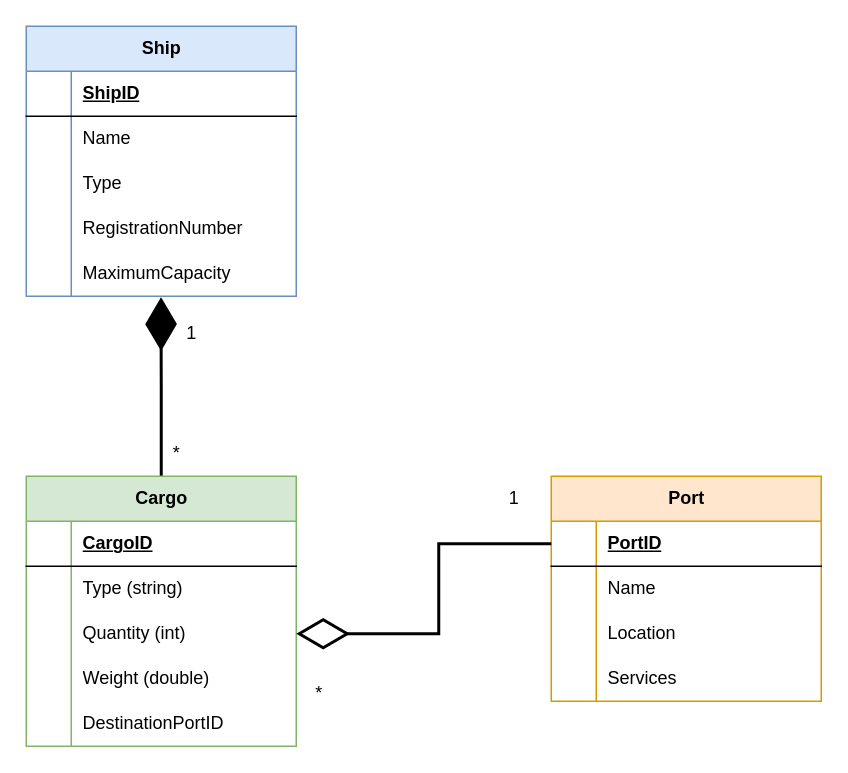
The draw.io diagram scheme.drawio in Ech0ke/MONGODB-basic-queries, before the edit. Source tidied: cells renumbered, new cells numbered last; positions are measured from the earlier drawing's top-left corner, leaving out a move shared by most shapes. Both pictures are drawn from the tidied source at 150%, with x=0, y=0 at pixel (26, 26).
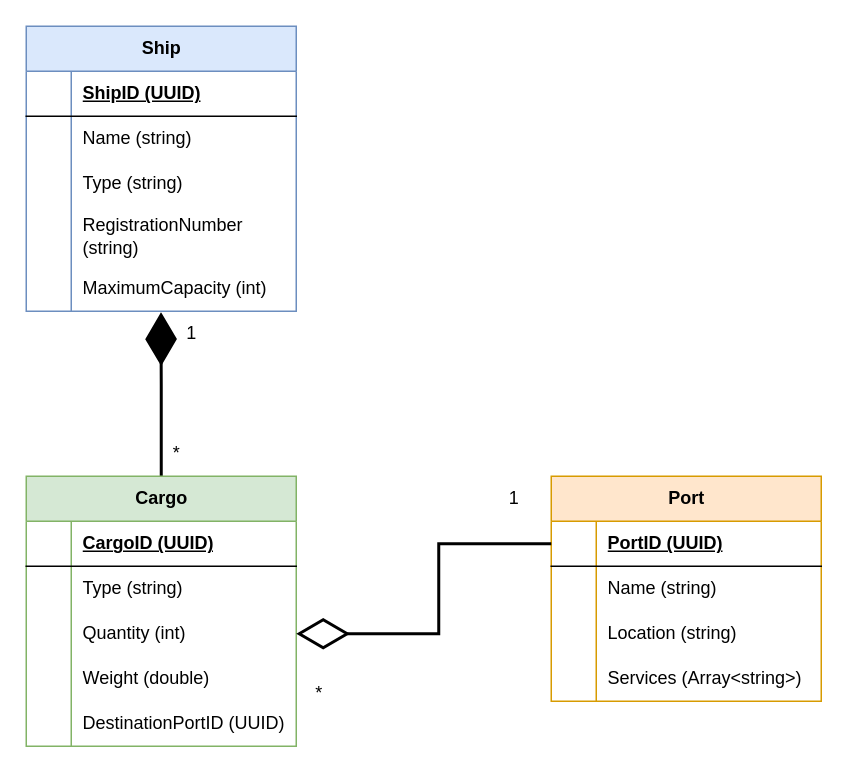
Above is the later version.

Commit message:
Update scheme with data types

Unchanged cells that the change refers to:
```xml
<mxCell id="3" style="shape=tableRow;horizontal=0;startSize=0;swimlaneHead=0;swimlaneBody=0;fillColor=none;top=0;left=0;right=0;bottom=1;" parent="2" vertex="1">
  <mxGeometry y="30" width="180" height="30" as="geometry" />
</mxCell>
<mxCell id="6" style="shape=tableRow;horizontal=0;startSize=0;swimlaneHead=0;swimlaneBody=0;fillColor=none;top=0;left=0;right=0;bottom=0;" parent="2" vertex="1">
  <mxGeometry y="60" width="180" height="30" as="geometry" />
</mxCell>
<mxCell id="9" style="shape=tableRow;horizontal=0;startSize=0;swimlaneHead=0;swimlaneBody=0;fillColor=none;top=0;left=0;right=0;bottom=0;" parent="2" vertex="1">
  <mxGeometry y="90" width="180" height="30" as="geometry" />
</mxCell>
<mxCell id="20" style="shape=tableRow;horizontal=0;startSize=0;swimlaneHead=0;swimlaneBody=0;fillColor=none;top=0;left=0;right=0;bottom=1;" parent="19" vertex="1">
  <mxGeometry y="30" width="180" height="30" as="geometry" />
</mxCell>
<mxCell id="32" style="shape=tableRow;horizontal=0;startSize=0;swimlaneHead=0;swimlaneBody=0;fillColor=none;top=0;left=0;right=0;bottom=0;" parent="19" vertex="1">
  <mxGeometry y="150" width="180" height="30" as="geometry" />
</mxCell>
<mxCell id="38" style="shape=tableRow;horizontal=0;startSize=0;swimlaneHead=0;swimlaneBody=0;fillColor=none;points=[[0,0.5],[1,0.5]];portConstraint=eastwest;top=0;left=0;right=0;bottom=1;" parent="37" vertex="1">
  <mxGeometry y="30" width="180" height="30" as="geometry" />
</mxCell>
<mxCell id="41" style="shape=tableRow;horizontal=0;startSize=0;swimlaneHead=0;swimlaneBody=0;fillColor=none;top=0;left=0;right=0;bottom=0;" parent="37" vertex="1">
  <mxGeometry y="60" width="180" height="30" as="geometry" />
</mxCell>
<mxCell id="44" style="shape=tableRow;horizontal=0;startSize=0;swimlaneHead=0;swimlaneBody=0;fillColor=none;top=0;left=0;right=0;bottom=0;" parent="37" vertex="1">
  <mxGeometry y="90" width="180" height="30" as="geometry" />
</mxCell>
<mxCell id="47" style="shape=tableRow;horizontal=0;startSize=0;swimlaneHead=0;swimlaneBody=0;fillColor=none;top=0;left=0;right=0;bottom=0;" parent="37" vertex="1">
  <mxGeometry y="120" width="180" height="30" as="geometry" />
</mxCell>
```

The edit, as a diff of the source:
```diff
@@
     <mxCell id="2" value="Ship" style="shape=table;startSize=30;childLayout=tableLayout;rowLines=0;fontStyle=1;align=center;html=1;fillColor=#dae8fc;strokeColor=#6c8ebf;" parent="1" vertex="1">
-      <mxGeometry width="180" height="180" as="geometry" />
+      <mxGeometry width="180" height="190" as="geometry" />
     </mxCell>
@@
-    <mxCell id="5" value="ShipID" style="shape=partialRectangle;fillColor=none;top=0;left=0;bottom=0;right=0;align=left;spacingLeft=6;fontStyle=5;overflow=hidden;whiteSpace=wrap;html=1;" parent="3" vertex="1">
+    <mxCell id="5" value="ShipID (UUID)" style="shape=partialRectangle;fillColor=none;top=0;left=0;bottom=0;right=0;align=left;spacingLeft=6;fontStyle=5;overflow=hidden;whiteSpace=wrap;html=1;" parent="3" vertex="1">
       <mxGeometry x="30" width="150" height="30" as="geometry" />
     </mxCell>
@@
-    <mxCell id="8" value="Name" style="shape=partialRectangle;fillColor=none;top=0;left=0;bottom=0;right=0;align=left;spacingLeft=6;overflow=hidden;whiteSpace=wrap;html=1;" parent="6" vertex="1">
+    <mxCell id="8" value="Name (string)" style="shape=partialRectangle;fillColor=none;top=0;left=0;bottom=0;right=0;align=left;spacingLeft=6;overflow=hidden;whiteSpace=wrap;html=1;" parent="6" vertex="1">
       <mxGeometry x="30" width="150" height="30" as="geometry" />
     </mxCell>
@@
-    <mxCell id="11" value="Type" style="shape=partialRectangle;fillColor=none;top=0;left=0;bottom=0;right=0;align=left;spacingLeft=6;overflow=hidden;whiteSpace=wrap;html=1;" parent="9" vertex="1">
+    <mxCell id="11" value="Type (string)" style="shape=partialRectangle;fillColor=none;top=0;left=0;bottom=0;right=0;align=left;spacingLeft=6;overflow=hidden;whiteSpace=wrap;html=1;" parent="9" vertex="1">
       <mxGeometry x="30" width="150" height="30" as="geometry" />
     </mxCell>
     <mxCell id="12" style="shape=tableRow;horizontal=0;startSize=0;swimlaneHead=0;swimlaneBody=0;fillColor=none;top=0;left=0;right=0;bottom=0;" parent="2" vertex="1">
-      <mxGeometry y="120" width="180" height="30" as="geometry" />
+      <mxGeometry y="120" width="180" height="40" as="geometry" />
     </mxCell>
     <mxCell id="13" style="shape=partialRectangle;fillColor=none;top=0;left=0;bottom=0;right=0;overflow=hidden;whiteSpace=wrap;html=1;" parent="12" vertex="1">
-      <mxGeometry width="30" height="30" as="geometry" />
+      <mxGeometry width="30" height="40" as="geometry" />
     </mxCell>
-    <mxCell id="14" value="RegistrationNumber" style="shape=partialRectangle;fillColor=none;top=0;left=0;bottom=0;right=0;align=left;spacingLeft=6;overflow=hidden;whiteSpace=wrap;html=1;" parent="12" vertex="1">
-      <mxGeometry x="30" width="150" height="30" as="geometry" />
+    <mxCell id="14" value="RegistrationNumber (string)" style="shape=partialRectangle;fillColor=none;top=0;left=0;bottom=0;right=0;align=left;spacingLeft=6;overflow=hidden;whiteSpace=wrap;html=1;" parent="12" vertex="1">
+      <mxGeometry x="30" width="150" height="40" as="geometry" />
     </mxCell>
     <mxCell id="15" style="shape=tableRow;horizontal=0;startSize=0;swimlaneHead=0;swimlaneBody=0;fillColor=none;points=[[0,0.5],[1,0.5]];portConstraint=eastwest;top=0;left=0;right=0;bottom=0;" parent="2" vertex="1">
-      <mxGeometry y="150" width="180" height="30" as="geometry" />
+      <mxGeometry y="160" width="180" height="30" as="geometry" />
     </mxCell>
@@
-    <mxCell id="17" value="MaximumCapacity" style="shape=partialRectangle;fillColor=none;top=0;left=0;bottom=0;right=0;align=left;spacingLeft=6;overflow=hidden;whiteSpace=wrap;html=1;" parent="15" vertex="1">
+    <mxCell id="17" value="MaximumCapacity (int)" style="shape=partialRectangle;fillColor=none;top=0;left=0;bottom=0;right=0;align=left;spacingLeft=6;overflow=hidden;whiteSpace=wrap;html=1;" parent="15" vertex="1">
       <mxGeometry x="30" width="150" height="30" as="geometry" />
     </mxCell>
@@
-    <mxCell id="22" value="CargoID" style="shape=partialRectangle;fillColor=none;top=0;left=0;bottom=0;right=0;align=left;spacingLeft=6;fontStyle=5;overflow=hidden;whiteSpace=wrap;html=1;" parent="20" vertex="1">
+    <mxCell id="22" value="CargoID (UUID)" style="shape=partialRectangle;fillColor=none;top=0;left=0;bottom=0;right=0;align=left;spacingLeft=6;fontStyle=5;overflow=hidden;whiteSpace=wrap;html=1;" parent="20" vertex="1">
       <mxGeometry x="30" width="150" height="30" as="geometry" />
     </mxCell>
@@
-    <mxCell id="34" value="DestinationPortID" style="shape=partialRectangle;fillColor=none;top=0;left=0;bottom=0;right=0;align=left;spacingLeft=6;overflow=hidden;whiteSpace=wrap;html=1;" parent="32" vertex="1">
+    <mxCell id="34" value="DestinationPortID (UUID)" style="shape=partialRectangle;fillColor=none;top=0;left=0;bottom=0;right=0;align=left;spacingLeft=6;overflow=hidden;whiteSpace=wrap;html=1;" parent="32" vertex="1">
       <mxGeometry x="30" width="150" height="30" as="geometry" />
     </mxCell>
@@
-    <mxCell id="40" value="PortID" style="shape=partialRectangle;fillColor=none;top=0;left=0;bottom=0;right=0;align=left;spacingLeft=6;fontStyle=5;overflow=hidden;whiteSpace=wrap;html=1;" parent="38" vertex="1">
+    <mxCell id="40" value="PortID (UUID)" style="shape=partialRectangle;fillColor=none;top=0;left=0;bottom=0;right=0;align=left;spacingLeft=6;fontStyle=5;overflow=hidden;whiteSpace=wrap;html=1;" parent="38" vertex="1">
       <mxGeometry x="30" width="150" height="30" as="geometry" />
     </mxCell>
@@
-    <mxCell id="43" value="Name" style="shape=partialRectangle;fillColor=none;top=0;left=0;bottom=0;right=0;align=left;spacingLeft=6;overflow=hidden;whiteSpace=wrap;html=1;" parent="41" vertex="1">
+    <mxCell id="43" value="Name (string)" style="shape=partialRectangle;fillColor=none;top=0;left=0;bottom=0;right=0;align=left;spacingLeft=6;overflow=hidden;whiteSpace=wrap;html=1;" parent="41" vertex="1">
       <mxGeometry x="30" width="150" height="30" as="geometry" />
     </mxCell>
@@
-    <mxCell id="46" value="Location" style="shape=partialRectangle;fillColor=none;top=0;left=0;bottom=0;right=0;align=left;spacingLeft=6;overflow=hidden;whiteSpace=wrap;html=1;" parent="44" vertex="1">
+    <mxCell id="46" value="Location (string)" style="shape=partialRectangle;fillColor=none;top=0;left=0;bottom=0;right=0;align=left;spacingLeft=6;overflow=hidden;whiteSpace=wrap;html=1;" parent="44" vertex="1">
       <mxGeometry x="30" width="150" height="30" as="geometry" />
     </mxCell>
@@
-    <mxCell id="49" value="Services" style="shape=partialRectangle;fillColor=none;top=0;left=0;bottom=0;right=0;align=left;spacingLeft=6;overflow=hidden;whiteSpace=wrap;html=1;" parent="47" vertex="1">
+    <mxCell id="49" value="Services (Array&amp;lt;string&amp;gt;)" style="shape=partialRectangle;fillColor=none;top=0;left=0;bottom=0;right=0;align=left;spacingLeft=6;overflow=hidden;whiteSpace=wrap;html=1;" parent="47" vertex="1">
       <mxGeometry x="30" width="150" height="30" as="geometry" />
     </mxCell>
```
